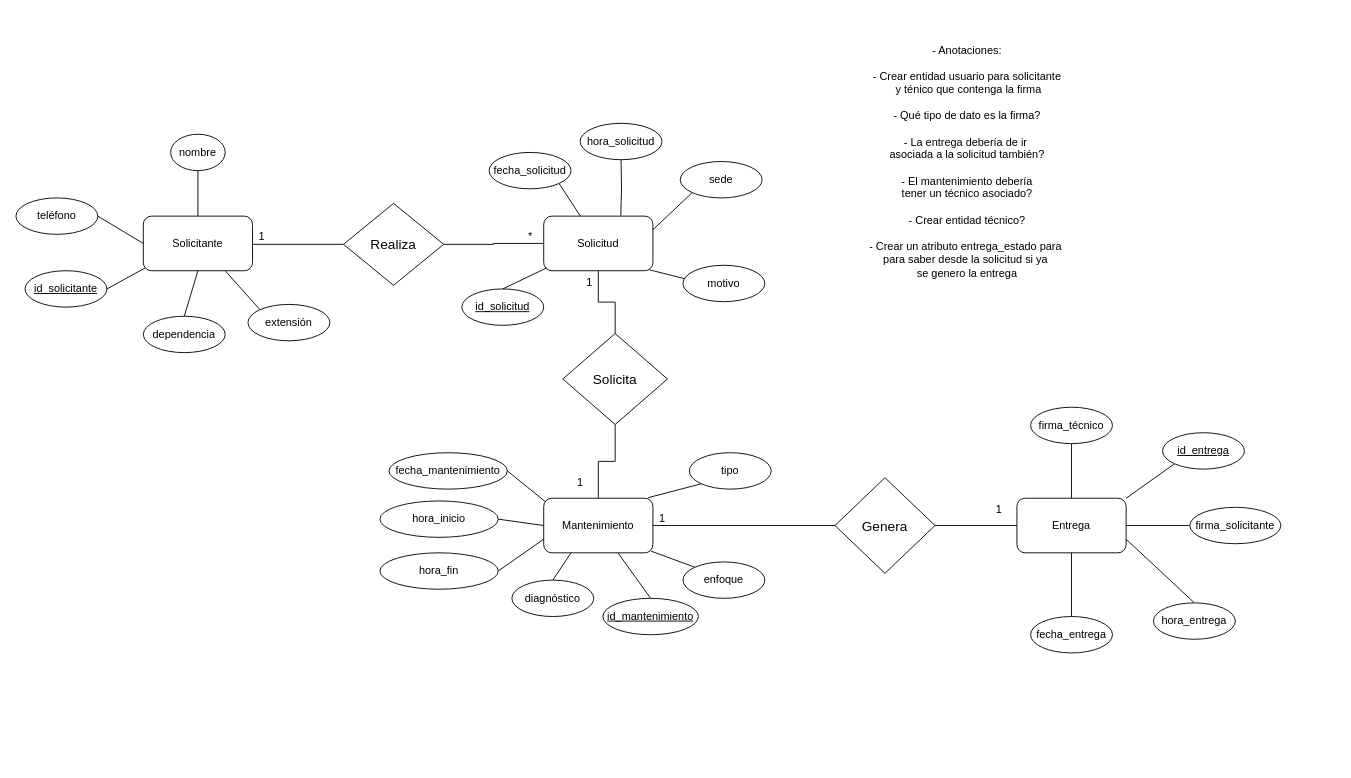
DevKike/maintenance_management_system keeps this draw.io diagram as E-R Model Software and hardware maintenance.drawio. Above is the earlier version. Source tidied: cells renumbered, new cells numbered last; positions are measured from the earlier drawing's top-left corner, leaving out a move shared by most shapes. Both pictures are drawn from the tidied source at 91%, with x=0, y=0 at pixel (15, 38).
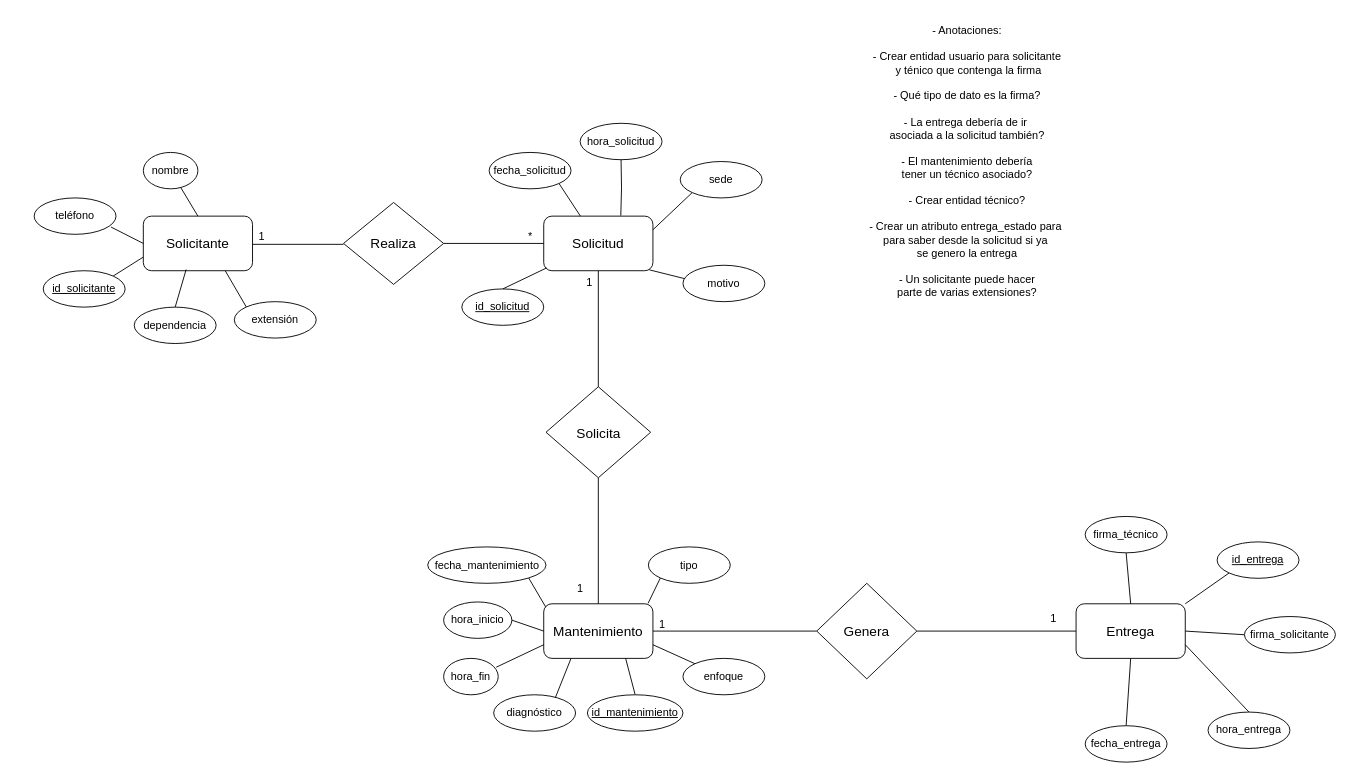
The same diagram, later.

What changed in the source:
```diff
@@
-    <mxCell id="3" style="rounded=0;jettySize=auto;html=1;exitX=0;exitY=1;exitDx=0;exitDy=0;entryX=1;entryY=0.5;entryDx=0;entryDy=0;endArrow=none;endFill=0;" parent="1" edge="1" target="51">
-      <mxGeometry relative="1" as="geometry">
-        <mxPoint x="142" y="252" as="sourcePoint" />
-      </mxGeometry>
+    <mxCell id="3" style="rounded=0;jettySize=auto;html=1;exitX=0;exitY=0.75;exitDx=0;exitDy=0;entryX=1;entryY=0;entryDx=0;entryDy=0;endArrow=none;endFill=0;" parent="1" edge="1" source="5" target="51">
+      <mxGeometry relative="1" as="geometry" />
     </mxCell>
@@
-    <mxCell id="5" value="Solicitante" style="rounded=1;whiteSpace=wrap;html=1;" parent="1" vertex="1">
+    <mxCell id="5" value="&lt;font style=&quot;font-size: 15px;&quot;&gt;Solicitante&lt;/font&gt;" style="rounded=1;whiteSpace=wrap;html=1;" parent="1" vertex="1">
       <mxGeometry x="140" y="195" width="120" height="60" as="geometry" />
     </mxCell>
@@
-    <mxCell id="7" value="Solicitud" style="rounded=1;whiteSpace=wrap;html=1;" parent="1" vertex="1">
+    <mxCell id="7" value="&lt;font style=&quot;font-size: 15px;&quot;&gt;Solicitud&lt;/font&gt;" style="rounded=1;whiteSpace=wrap;html=1;" parent="1" vertex="1">
       <mxGeometry x="580" y="195" width="120" height="60" as="geometry" />
     </mxCell>
-    <mxCell id="8" style="rounded=0;jettySize=auto;html=1;exitX=0.25;exitY=1;exitDx=0;exitDy=0;entryX=0.5;entryY=0;entryDx=0;entryDy=0;endArrow=none;endFill=0;" parent="1" edge="1" source="11" target="33">
+    <mxCell id="8" style="rounded=0;jettySize=auto;html=1;exitX=0.25;exitY=1;exitDx=0;exitDy=0;entryX=0.743;entryY=0.136;entryDx=0;entryDy=0;endArrow=none;endFill=0;entryPerimeter=0;" parent="1" edge="1" source="11" target="33">
       <mxGeometry relative="1" as="geometry" />
     </mxCell>
-    <mxCell id="9" style="rounded=0;jettySize=auto;html=1;exitX=0.023;exitY=0.076;exitDx=0;exitDy=0;entryX=1;entryY=0.5;entryDx=0;entryDy=0;endArrow=none;endFill=0;exitPerimeter=0;" parent="1" edge="1" source="11" target="34">
+    <mxCell id="9" style="rounded=0;jettySize=auto;html=1;exitX=0.023;exitY=0.076;exitDx=0;exitDy=0;entryX=1;entryY=1;entryDx=0;entryDy=0;endArrow=none;endFill=0;exitPerimeter=0;" parent="1" edge="1" source="11" target="34">
       <mxGeometry relative="1" as="geometry" />
     </mxCell>
-    <mxCell id="10" style="edgeStyle=orthogonalEdgeStyle;rounded=0;jettySize=auto;html=1;exitX=1;exitY=0.5;exitDx=0;exitDy=0;endArrow=none;endFill=0;" parent="1" edge="1" source="11" target="38">
+    <mxCell id="10" style="edgeStyle=orthogonalEdgeStyle;rounded=0;jettySize=auto;html=1;exitX=1;exitY=0.5;exitDx=0;exitDy=0;endArrow=none;endFill=0;entryX=0;entryY=0.5;entryDx=0;entryDy=0;" parent="1" edge="1" source="11" target="38">
       <mxGeometry relative="1" as="geometry" />
     </mxCell>
-    <mxCell id="11" value="Mantenimiento" style="rounded=1;whiteSpace=wrap;html=1;" parent="1" vertex="1">
-      <mxGeometry x="580" y="505" width="120" height="60" as="geometry" />
+    <mxCell id="11" value="&lt;font style=&quot;font-size: 15px;&quot;&gt;Mantenimiento&lt;/font&gt;" style="rounded=1;whiteSpace=wrap;html=1;" parent="1" vertex="1">
+      <mxGeometry x="580" y="621" width="120" height="60" as="geometry" />
     </mxCell>
-    <mxCell id="12" value="Entrega" style="rounded=1;whiteSpace=wrap;html=1;" parent="1" vertex="1">
-      <mxGeometry x="1100" y="505" width="120" height="60" as="geometry" />
+    <mxCell id="12" value="&lt;font style=&quot;font-size: 15px;&quot;&gt;Entrega&lt;/font&gt;" style="rounded=1;whiteSpace=wrap;html=1;" parent="1" vertex="1">
+      <mxGeometry x="1165" y="621" width="120" height="60" as="geometry" />
     </mxCell>
-    <mxCell id="13" style="rounded=0;jettySize=auto;html=1;exitX=1;exitY=0.5;exitDx=0;exitDy=0;endArrow=none;endFill=0;entryX=0;entryY=0.5;entryDx=0;entryDy=0;" parent="1" edge="1" source="15" target="5">
+    <mxCell id="13" style="rounded=0;jettySize=auto;html=1;exitX=0.939;exitY=0.8;exitDx=0;exitDy=0;endArrow=none;endFill=0;entryX=0;entryY=0.5;entryDx=0;entryDy=0;exitPerimeter=0;" parent="1" edge="1" source="15" target="5">
       <mxGeometry relative="1" as="geometry" />
     </mxCell>
-    <mxCell id="14" style="rounded=0;jettySize=auto;html=1;endArrow=none;endFill=0;exitX=0.5;exitY=1;exitDx=0;exitDy=0;entryX=0.5;entryY=0;entryDx=0;entryDy=0;" parent="1" edge="1" source="5" target="18">
+    <mxCell id="14" style="rounded=0;jettySize=auto;html=1;endArrow=none;endFill=0;exitX=0.392;exitY=0.978;exitDx=0;exitDy=0;entryX=0.5;entryY=0;entryDx=0;entryDy=0;exitPerimeter=0;" parent="1" edge="1" source="5" target="18">
       <mxGeometry relative="1" as="geometry" />
     </mxCell>
     <mxCell id="15" value="teléfono" style="ellipse;whiteSpace=wrap;html=1;" parent="1" vertex="1">
-      <mxGeometry y="175" width="90" height="40" as="geometry" />
+      <mxGeometry x="20" y="175" width="90" height="40" as="geometry" />
     </mxCell>
@@
     <mxCell id="17" value="nombre" style="ellipse;whiteSpace=wrap;html=1;" parent="1" vertex="1">
-      <mxGeometry x="170" y="105" width="60" height="40" as="geometry" />
+      <mxGeometry x="140" y="125" width="60" height="40" as="geometry" />
     </mxCell>
     <mxCell id="18" value="dependencia" style="ellipse;whiteSpace=wrap;html=1;" parent="1" vertex="1">
-      <mxGeometry x="140" y="305" width="90" height="40" as="geometry" />
+      <mxGeometry x="130" y="295" width="90" height="40" as="geometry" />
     </mxCell>
@@
     <mxCell id="20" value="&lt;font style=&quot;font-size: 15px;&quot;&gt;Realiza&lt;/font&gt;" style="rhombus;whiteSpace=wrap;html=1;" parent="1" vertex="1">
-      <mxGeometry x="360" y="181" width="110" height="90" as="geometry" />
+      <mxGeometry x="360" y="180" width="110" height="90" as="geometry" />
     </mxCell>
@@
     <mxCell id="30" value="&lt;font style=&quot;font-size: 15px;&quot;&gt;Solicita&lt;/font&gt;" style="rhombus;whiteSpace=wrap;html=1;" parent="1" vertex="1">
-      <mxGeometry x="601" y="324" width="115" height="100" as="geometry" />
+      <mxGeometry x="582.5" y="382.5" width="115" height="100" as="geometry" />
     </mxCell>
-    <mxCell id="31" style="rounded=0;jettySize=auto;html=1;exitX=0;exitY=0;exitDx=0;exitDy=0;entryX=0.965;entryY=0.952;entryDx=0;entryDy=0;endArrow=none;endFill=0;entryPerimeter=0;" parent="1" edge="1" source="32">
-      <mxGeometry relative="1" as="geometry">
-        <mxPoint x="697.8" y="563.1" as="targetPoint" />
-      </mxGeometry>
+    <mxCell id="31" style="rounded=0;jettySize=auto;html=1;exitX=0;exitY=0;exitDx=0;exitDy=0;entryX=1;entryY=0.75;entryDx=0;entryDy=0;endArrow=none;endFill=0;" parent="1" edge="1" source="32" target="11">
+      <mxGeometry relative="1" as="geometry" />
     </mxCell>
     <mxCell id="32" value="enfoque" style="ellipse;whiteSpace=wrap;html=1;" parent="1" vertex="1">
-      <mxGeometry x="733" y="575" width="90" height="40" as="geometry" />
+      <mxGeometry x="733" y="681" width="90" height="40" as="geometry" />
     </mxCell>
     <mxCell id="33" value="diagnóstico" style="ellipse;whiteSpace=wrap;html=1;" parent="1" vertex="1">
-      <mxGeometry x="545" y="595" width="90" height="40" as="geometry" />
+      <mxGeometry x="525" y="721" width="90" height="40" as="geometry" />
     </mxCell>
     <mxCell id="34" value="fecha_mantenimiento" style="ellipse;whiteSpace=wrap;html=1;" parent="1" vertex="1">
-      <mxGeometry x="410" y="455" width="130" height="40" as="geometry" />
+      <mxGeometry x="452.5" y="558.5" width="130" height="40" as="geometry" />
     </mxCell>
@@
     <mxCell id="36" value="tipo" style="ellipse;whiteSpace=wrap;html=1;" parent="1" vertex="1">
-      <mxGeometry x="740" y="455" width="90" height="40" as="geometry" />
+      <mxGeometry x="695" y="558.5" width="90" height="40" as="geometry" />
     </mxCell>
@@
     <mxCell id="38" value="&lt;font style=&quot;font-size: 15px;&quot;&gt;Genera&lt;/font&gt;" style="rhombus;whiteSpace=wrap;html=1;" parent="1" vertex="1">
-      <mxGeometry x="900" y="482.5" width="110" height="105" as="geometry" />
+      <mxGeometry x="880" y="598.5" width="110" height="105" as="geometry" />
     </mxCell>
@@
     <mxCell id="40" value="firma_solicitante" style="ellipse;whiteSpace=wrap;html=1;" parent="1" vertex="1">
-      <mxGeometry x="1290" y="515" width="100" height="40" as="geometry" />
+      <mxGeometry x="1350" y="635" width="100" height="40" as="geometry" />
     </mxCell>
@@
     <mxCell id="42" value="fecha_entrega" style="ellipse;whiteSpace=wrap;html=1;" parent="1" vertex="1">
-      <mxGeometry x="1115" y="635" width="90" height="40" as="geometry" />
+      <mxGeometry x="1175" y="755" width="90" height="40" as="geometry" />
     </mxCell>
@@
     <mxCell id="44" value="firma_técnico" style="ellipse;whiteSpace=wrap;html=1;" parent="1" vertex="1">
-      <mxGeometry x="1115" y="405" width="90" height="40" as="geometry" />
+      <mxGeometry x="1175" y="525" width="90" height="40" as="geometry" />
     </mxCell>
@@
     <mxCell id="48" value="1" style="text;html=1;align=center;verticalAlign=middle;strokeColor=none;fillColor=none;" parent="1" vertex="1">
-      <mxGeometry x="605" y="473" width="30" height="30" as="geometry" />
+      <mxGeometry x="605" y="589" width="30" height="30" as="geometry" />
     </mxCell>
     <mxCell id="49" value="1" style="text;html=1;align=center;verticalAlign=middle;strokeColor=none;fillColor=none;" parent="1" vertex="1">
-      <mxGeometry x="695" y="513" width="30" height="30" as="geometry" />
+      <mxGeometry x="695" y="629" width="30" height="30" as="geometry" />
     </mxCell>
     <mxCell id="50" value="1" style="text;html=1;align=center;verticalAlign=middle;strokeColor=none;fillColor=none;" parent="1" vertex="1">
-      <mxGeometry x="1065" y="503" width="30" height="30" as="geometry" />
+      <mxGeometry x="1125" y="623" width="30" height="30" as="geometry" />
     </mxCell>
     <mxCell id="51" value="&lt;u&gt;id_solicitante&lt;/u&gt;" style="ellipse;whiteSpace=wrap;html=1;" parent="1" vertex="1">
-      <mxGeometry x="10" y="255" width="90" height="40" as="geometry" />
+      <mxGeometry x="30" y="255" width="90" height="40" as="geometry" />
     </mxCell>
@@
-    <mxCell id="53" style="rounded=0;jettySize=auto;html=1;exitX=0.5;exitY=0;exitDx=0;exitDy=0;endArrow=none;endFill=0;" parent="1" edge="1" source="54" target="11">
+    <mxCell id="53" style="rounded=0;jettySize=auto;html=1;exitX=0.5;exitY=0;exitDx=0;exitDy=0;endArrow=none;endFill=0;entryX=0.75;entryY=1;entryDx=0;entryDy=0;" parent="1" edge="1" source="54" target="11">
       <mxGeometry relative="1" as="geometry" />
     </mxCell>
     <mxCell id="54" value="&lt;u&gt;id_mantenimiento&lt;/u&gt;" style="ellipse;whiteSpace=wrap;html=1;" parent="1" vertex="1">
-      <mxGeometry x="645" y="615" width="105" height="40" as="geometry" />
+      <mxGeometry x="628" y="721" width="105" height="40" as="geometry" />
     </mxCell>
@@
     <mxCell id="56" value="&lt;u&gt;id_entrega&lt;/u&gt;" style="ellipse;whiteSpace=wrap;html=1;" parent="1" vertex="1">
-      <mxGeometry x="1260" y="433" width="90" height="40" as="geometry" />
+      <mxGeometry x="1320" y="553" width="90" height="40" as="geometry" />
     </mxCell>
     <mxCell id="57" value="extensión" style="ellipse;whiteSpace=wrap;html=1;" parent="1" vertex="1">
-      <mxGeometry x="255" y="292" width="90" height="40" as="geometry" />
+      <mxGeometry x="240" y="289" width="90" height="40" as="geometry" />
     </mxCell>
@@
-    <mxCell id="59" value="- Anotaciones:&lt;div&gt;&lt;br&gt;&lt;/div&gt;&lt;div&gt;- Crear entidad usuario para solicitante&lt;/div&gt;&lt;div&gt;&amp;nbsp;y ténico que contenga la firma&lt;/div&gt;&lt;div&gt;&lt;br&gt;&lt;/div&gt;&lt;div&gt;- Qué tipo de dato es la firma?&lt;/div&gt;&lt;div&gt;&lt;br&gt;&lt;/div&gt;&lt;div&gt;- La entrega debería de ir&amp;nbsp;&lt;/div&gt;&lt;div&gt;asociada a la solicitud también?&lt;br&gt;&lt;br&gt;- El mantenimiento debería&lt;/div&gt;&lt;div&gt;tener un técnico asociado?&lt;/div&gt;&lt;div&gt;&lt;br&gt;&lt;/div&gt;&lt;div&gt;- Crear entidad técnico?&lt;/div&gt;&lt;div&gt;&lt;br&gt;&lt;/div&gt;&lt;div&gt;- Crear un atributo entrega_estado para&amp;nbsp;&lt;br&gt;para saber desde la solicitud si ya&amp;nbsp;&lt;br&gt;se genero la entrega&lt;/div&gt;" style="text;html=1;align=center;verticalAlign=middle;strokeColor=none;fillColor=none;" parent="1" vertex="1">
-      <mxGeometry x="925" width="240" height="270" as="geometry" />
+    <mxCell id="59" value="- Anotaciones:&lt;div&gt;&lt;br&gt;&lt;/div&gt;&lt;div&gt;- Crear entidad usuario para solicitante&lt;/div&gt;&lt;div&gt;&amp;nbsp;y ténico que contenga la firma&lt;/div&gt;&lt;div&gt;&lt;br&gt;&lt;/div&gt;&lt;div&gt;- Qué tipo de dato es la firma?&lt;/div&gt;&lt;div&gt;&lt;br&gt;&lt;/div&gt;&lt;div&gt;- La entrega debería de ir&amp;nbsp;&lt;/div&gt;&lt;div&gt;asociada a la solicitud también?&lt;br&gt;&lt;br&gt;- El mantenimiento debería&lt;/div&gt;&lt;div&gt;tener un técnico asociado?&lt;/div&gt;&lt;div&gt;&lt;br&gt;&lt;/div&gt;&lt;div&gt;- Crear entidad técnico?&lt;/div&gt;&lt;div&gt;&lt;br&gt;&lt;/div&gt;&lt;div&gt;- Crear un atributo entrega_estado para&amp;nbsp;&lt;br&gt;para saber desde la solicitud si ya&amp;nbsp;&lt;br&gt;se genero la entrega&lt;/div&gt;&lt;div&gt;&lt;br&gt;&lt;/div&gt;&lt;div&gt;- Un solicitante puede hacer&lt;/div&gt;&lt;div&gt;parte de varias extensiones?&lt;/div&gt;" style="text;html=1;align=center;verticalAlign=middle;strokeColor=none;fillColor=none;" parent="1" vertex="1">
+      <mxGeometry x="925" y="-25" width="240" height="320" as="geometry" />
     </mxCell>
@@
     <mxCell id="61" value="hora_entrega" style="ellipse;whiteSpace=wrap;html=1;" parent="1" vertex="1">
-      <mxGeometry x="1250" y="620" width="90" height="40" as="geometry" />
+      <mxGeometry x="1310" y="740" width="90" height="40" as="geometry" />
     </mxCell>
@@
     <mxCell id="63" value="hora_inicio" style="ellipse;whiteSpace=wrap;html=1;" parent="1" vertex="1">
-      <mxGeometry x="400" y="508" width="130" height="40" as="geometry" />
+      <mxGeometry x="470" y="619" width="75" height="40" as="geometry" />
     </mxCell>
-    <mxCell id="64" style="rounded=0;jettySize=auto;html=1;exitX=0;exitY=0.75;exitDx=0;exitDy=0;entryX=1;entryY=0.5;entryDx=0;entryDy=0;endArrow=none;endFill=0;" parent="1" edge="1" source="11" target="65">
+    <mxCell id="64" style="rounded=0;jettySize=auto;html=1;exitX=0;exitY=0.75;exitDx=0;exitDy=0;entryX=0.963;entryY=0.243;entryDx=0;entryDy=0;endArrow=none;endFill=0;entryPerimeter=0;" parent="1" edge="1" source="11" target="65">
       <mxGeometry relative="1" as="geometry" />
     </mxCell>
     <mxCell id="65" value="hora_fin" style="ellipse;whiteSpace=wrap;html=1;" parent="1" vertex="1">
-      <mxGeometry x="400" y="565" width="130" height="40" as="geometry" />
+      <mxGeometry x="470" y="681" width="60" height="40" as="geometry" />
     </mxCell>
```
